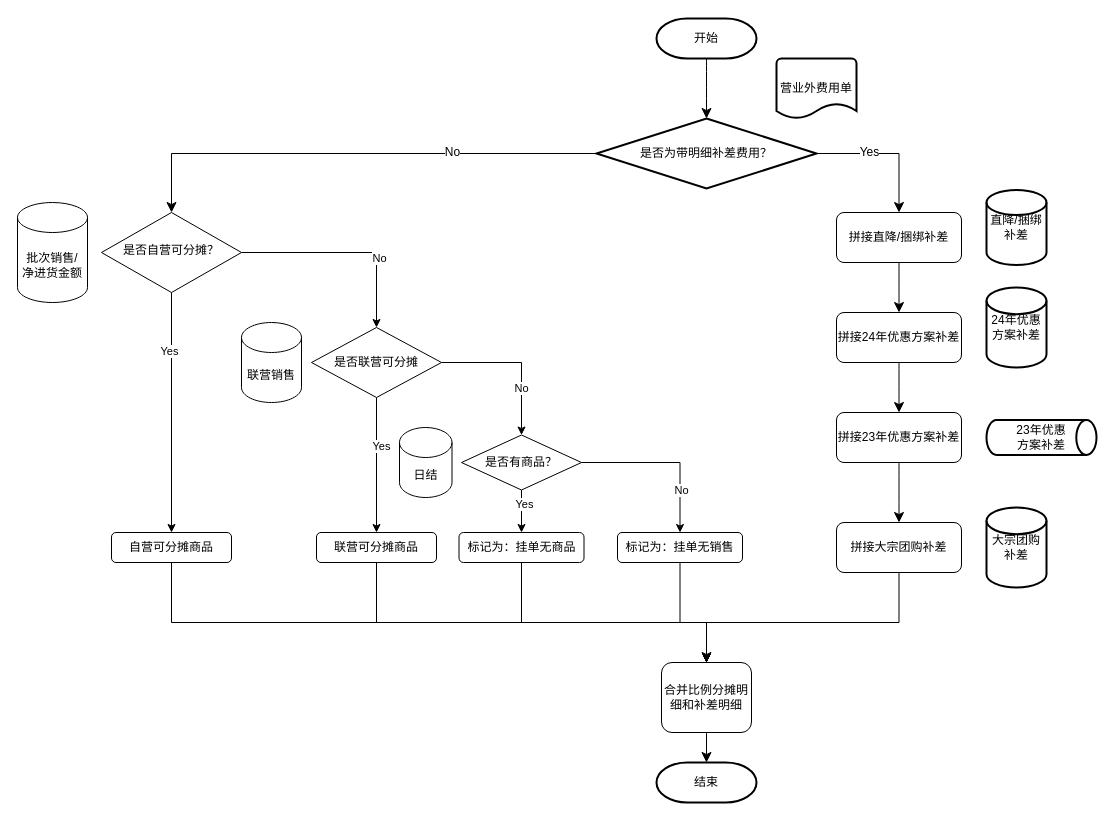
Above: SKU分摊流程图.drawio in mountainguan/drawio_storage (draw.io), before the change. Source tidied: cells renumbered, new cells numbered last; positions are measured from the earlier drawing's top-left corner, leaving out a move shared by most shapes. Both pictures are drawn from the tidied source at 100%, with x=0, y=0 at pixel (17, 18).
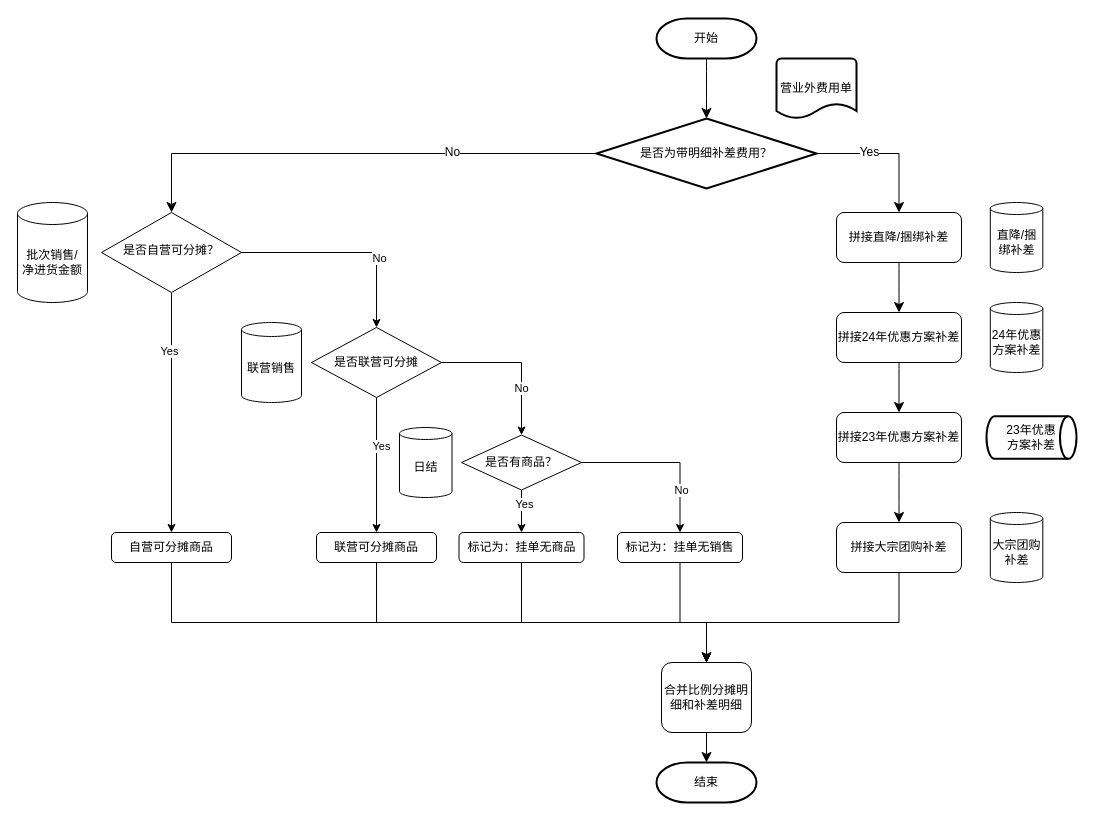
The same page after the edit.

Commit message:
更新SKU分摊流程图.drawio

Change to the diagram source:
```diff
@@
-    <mxCell id="27" value="批次销售/&lt;br&gt;净进货金额" style="shape=cylinder3;whiteSpace=wrap;html=1;boundedLbl=1;backgroundOutline=1;size=15;" parent="1" vertex="1">
+    <mxCell id="27" value="批次销售/&lt;br&gt;净进货金额" style="shape=cylinder3;whiteSpace=wrap;html=1;boundedLbl=1;backgroundOutline=1;size=11;" parent="1" vertex="1">
       <mxGeometry y="184" width="70" height="100" as="geometry" />
     </mxCell>
-    <mxCell id="28" value="联营销售" style="shape=cylinder3;whiteSpace=wrap;html=1;boundedLbl=1;backgroundOutline=1;size=15;" parent="1" vertex="1">
+    <mxCell id="28" value="联营销售" style="shape=cylinder3;whiteSpace=wrap;html=1;boundedLbl=1;backgroundOutline=1;size=7;" parent="1" vertex="1">
       <mxGeometry x="224" y="304" width="60" height="80" as="geometry" />
     </mxCell>
-    <mxCell id="29" value="日结" style="shape=cylinder3;whiteSpace=wrap;html=1;boundedLbl=1;backgroundOutline=1;size=15;" parent="1" vertex="1">
+    <mxCell id="29" value="日结" style="shape=cylinder3;whiteSpace=wrap;html=1;boundedLbl=1;backgroundOutline=1;size=6;" parent="1" vertex="1">
       <mxGeometry x="382" y="409" width="52.5" height="70" as="geometry" />
     </mxCell>
@@
     <mxCell id="38" value="23年优惠&lt;div&gt;方案补差&lt;/div&gt;" style="strokeWidth=2;html=1;shape=mxgraph.flowchart.direct_data;whiteSpace=wrap;" parent="1" vertex="1">
-      <mxGeometry x="969" y="401.5" width="110" height="35" as="geometry" />
+      <mxGeometry x="969" y="397.8" width="90" height="42.5" as="geometry" />
     </mxCell>
-    <mxCell id="39" value="24年优惠方案补差" style="strokeWidth=2;html=1;shape=mxgraph.flowchart.database;whiteSpace=wrap;" parent="1" vertex="1">
-      <mxGeometry x="969" y="269" width="60" height="80" as="geometry" />
-    </mxCell>
-    <mxCell id="40" value="大宗团购补差" style="strokeWidth=2;html=1;shape=mxgraph.flowchart.database;whiteSpace=wrap;" parent="1" vertex="1">
-      <mxGeometry x="969" y="489" width="60" height="80" as="geometry" />
-    </mxCell>
@@
-    <mxCell id="45" value="直降/捆绑补差" style="strokeWidth=2;html=1;shape=mxgraph.flowchart.database;whiteSpace=wrap;" parent="1" vertex="1">
-      <mxGeometry x="969" y="171.5" width="60" height="75" as="geometry" />
-    </mxCell>
@@
+    <mxCell id="40" value="大宗团购补差" style="shape=cylinder3;whiteSpace=wrap;html=1;boundedLbl=1;backgroundOutline=1;size=6;" parent="1" vertex="1">
+      <mxGeometry x="972.8" y="494" width="52.5" height="70" as="geometry" />
+    </mxCell>
+    <mxCell id="39" value="24年优惠方案补差" style="shape=cylinder3;whiteSpace=wrap;html=1;boundedLbl=1;backgroundOutline=1;size=6;" parent="1" vertex="1">
+      <mxGeometry x="972.8" y="284" width="52.5" height="70" as="geometry" />
+    </mxCell>
+    <mxCell id="45" value="直降/捆绑补差" style="shape=cylinder3;whiteSpace=wrap;html=1;boundedLbl=1;backgroundOutline=1;size=6;" parent="1" vertex="1">
+      <mxGeometry x="972.8" y="184" width="52.5" height="70" as="geometry" />
+    </mxCell>
```
